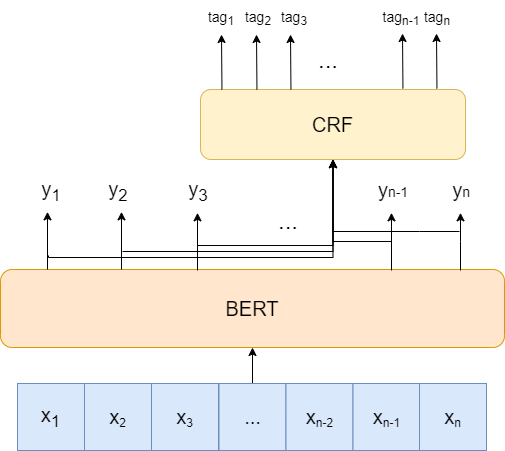
This is 多任务学习.png from AdamFocus/draw, a draw.io export, as it was before one commit. Source tidied: cells renumbered, new cells last; positions are measured from the earlier drawing's top-left corner, leaving out a move shared by most shapes. Source of this version:
```xml
<mxGraphModel>
  <root>
    <mxCell id="0" />
    <mxCell id="1" parent="0" />
    <mxCell id="2" value="BERT" style="rounded=1;whiteSpace=wrap;html=1;fontSize=20;fillColor=#ffe6cc;strokeColor=#d79b00;" parent="1" vertex="1">
      <mxGeometry y="269" width="504" height="78" as="geometry" />
    </mxCell>
    <mxCell id="3" value="&lt;span style=&quot;font-size: 20px&quot;&gt;x&lt;sub&gt;1&lt;/sub&gt;&lt;/span&gt;" style="rounded=0;whiteSpace=wrap;html=1;fillColor=#dae8fc;strokeColor=#6c8ebf;" parent="1" vertex="1">
      <mxGeometry x="17" y="383" width="67" height="67" as="geometry" />
    </mxCell>
    <mxCell id="4" value="&lt;pre style=&quot;line-height: normal ; border: none ; margin-top: 0px ; margin-bottom: 0px ; padding: 0px ; overflow: auto ; word-break: break-all ; overflow-wrap: break-word ; text-align: left&quot;&gt;&lt;pre style=&quot;line-height: normal ; border: none ; margin-top: 0px ; margin-bottom: 0px ; padding: 0px ; overflow: auto ; word-break: break-all ; overflow-wrap: break-word&quot;&gt;&lt;pre style=&quot;line-height: normal ; border: none ; margin-top: 0px ; margin-bottom: 0px ; padding: 0px ; overflow: auto ; word-break: break-all ; overflow-wrap: break-word&quot;&gt;&lt;span style=&quot;font-family: &amp;#34;helvetica&amp;#34; ; font-size: 20px ; text-align: center&quot;&gt;x&lt;/span&gt;&lt;sub style=&quot;font-family: &amp;#34;helvetica&amp;#34; ; text-align: center&quot;&gt;2&lt;/sub&gt;&lt;br&gt;&lt;/pre&gt;&lt;/pre&gt;&lt;/pre&gt;" style="rounded=0;whiteSpace=wrap;html=1;fillColor=#dae8fc;strokeColor=#6c8ebf;" parent="1" vertex="1">
      <mxGeometry x="84" y="383" width="67" height="67" as="geometry" />
    </mxCell>
    <mxCell id="5" value="&lt;pre style=&quot;line-height: normal ; border: none ; margin-top: 0px ; margin-bottom: 0px ; padding: 0px ; overflow: auto ; word-break: break-all ; overflow-wrap: break-word ; text-align: left&quot;&gt;&lt;pre style=&quot;line-height: normal ; border: none ; margin-top: 0px ; margin-bottom: 0px ; padding: 0px ; overflow: auto ; word-break: break-all ; overflow-wrap: break-word&quot;&gt;&lt;pre style=&quot;line-height: normal ; border: none ; margin-top: 0px ; margin-bottom: 0px ; padding: 0px ; overflow: auto ; word-break: break-all ; overflow-wrap: break-word&quot;&gt;&lt;span style=&quot;font-family: &amp;#34;helvetica&amp;#34; ; font-size: 20px ; text-align: center&quot;&gt;x&lt;/span&gt;&lt;sub style=&quot;font-family: &amp;#34;helvetica&amp;#34; ; text-align: center&quot;&gt;3&lt;/sub&gt;&lt;br&gt;&lt;/pre&gt;&lt;/pre&gt;&lt;/pre&gt;" style="rounded=0;whiteSpace=wrap;html=1;fillColor=#dae8fc;strokeColor=#6c8ebf;" parent="1" vertex="1">
      <mxGeometry x="151" y="383" width="67" height="67" as="geometry" />
    </mxCell>
    <mxCell id="6" style="edgeStyle=orthogonalEdgeStyle;rounded=0;jettySize=auto;html=1;exitX=0.5;exitY=0;exitDx=0;exitDy=0;entryX=0.5;entryY=1;entryDx=0;entryDy=0;fontSize=20;" parent="1" edge="1" source="7" target="2">
      <mxGeometry relative="1" as="geometry" />
    </mxCell>
    <mxCell id="7" value="&lt;pre style=&quot;line-height: normal ; border: none ; margin-top: 0px ; margin-bottom: 0px ; padding: 0px ; overflow: auto ; word-break: break-all ; overflow-wrap: break-word ; text-align: left&quot;&gt;&lt;pre style=&quot;line-height: normal ; border: none ; margin-top: 0px ; margin-bottom: 0px ; padding: 0px ; overflow: auto ; word-break: break-all ; overflow-wrap: break-word&quot;&gt;&lt;pre style=&quot;text-align: center ; line-height: normal ; border: none ; margin-top: 0px ; margin-bottom: 0px ; padding: 0px ; overflow: auto ; word-break: break-all ; overflow-wrap: break-word&quot;&gt;&lt;font face=&quot;helvetica&quot;&gt;&lt;span style=&quot;font-size: 20px&quot;&gt;...&lt;/span&gt;&lt;/font&gt;&lt;/pre&gt;&lt;/pre&gt;&lt;/pre&gt;" style="rounded=0;whiteSpace=wrap;html=1;fillColor=#dae8fc;strokeColor=#6c8ebf;" parent="1" vertex="1">
      <mxGeometry x="218.5" y="383" width="67" height="67" as="geometry" />
    </mxCell>
    <mxCell id="8" value="&lt;pre style=&quot;line-height: normal ; border: none ; margin-top: 0px ; margin-bottom: 0px ; padding: 0px ; overflow: auto ; word-break: break-all ; overflow-wrap: break-word ; text-align: left&quot;&gt;&lt;pre style=&quot;line-height: normal ; border: none ; margin-top: 0px ; margin-bottom: 0px ; padding: 0px ; overflow: auto ; word-break: break-all ; overflow-wrap: break-word&quot;&gt;&lt;pre style=&quot;line-height: normal ; border: none ; margin-top: 0px ; margin-bottom: 0px ; padding: 0px ; overflow: auto ; word-break: break-all ; overflow-wrap: break-word&quot;&gt;&lt;span style=&quot;font-family: &amp;#34;helvetica&amp;#34; ; font-size: 20px ; text-align: center&quot;&gt;x&lt;/span&gt;&lt;sub style=&quot;font-family: &amp;#34;helvetica&amp;#34; ; text-align: center&quot;&gt;n-2&lt;/sub&gt;&lt;br&gt;&lt;/pre&gt;&lt;/pre&gt;&lt;/pre&gt;" style="rounded=0;whiteSpace=wrap;html=1;fillColor=#dae8fc;strokeColor=#6c8ebf;" parent="1" vertex="1">
      <mxGeometry x="285.5" y="383" width="67" height="67" as="geometry" />
    </mxCell>
    <mxCell id="9" value="&lt;pre style=&quot;line-height: normal ; border: none ; margin-top: 0px ; margin-bottom: 0px ; padding: 0px ; overflow: auto ; word-break: break-all ; overflow-wrap: break-word ; text-align: left&quot;&gt;&lt;pre style=&quot;line-height: normal ; border: none ; margin-top: 0px ; margin-bottom: 0px ; padding: 0px ; overflow: auto ; word-break: break-all ; overflow-wrap: break-word&quot;&gt;&lt;pre style=&quot;line-height: normal ; border: none ; margin-top: 0px ; margin-bottom: 0px ; padding: 0px ; overflow: auto ; word-break: break-all ; overflow-wrap: break-word&quot;&gt;&lt;span style=&quot;font-family: &amp;#34;helvetica&amp;#34; ; font-size: 20px ; text-align: center&quot;&gt;x&lt;/span&gt;&lt;sub style=&quot;font-family: &amp;#34;helvetica&amp;#34; ; text-align: center&quot;&gt;n-1&lt;/sub&gt;&lt;br&gt;&lt;/pre&gt;&lt;/pre&gt;&lt;/pre&gt;" style="rounded=0;whiteSpace=wrap;html=1;fillColor=#dae8fc;strokeColor=#6c8ebf;" parent="1" vertex="1">
      <mxGeometry x="352.5" y="383" width="67" height="67" as="geometry" />
    </mxCell>
    <mxCell id="10" value="&lt;pre style=&quot;line-height: normal ; border: none ; margin-top: 0px ; margin-bottom: 0px ; padding: 0px ; overflow: auto ; word-break: break-all ; overflow-wrap: break-word ; text-align: left&quot;&gt;&lt;pre style=&quot;line-height: normal ; border: none ; margin-top: 0px ; margin-bottom: 0px ; padding: 0px ; overflow: auto ; word-break: break-all ; overflow-wrap: break-word&quot;&gt;&lt;pre style=&quot;line-height: normal ; border: none ; margin-top: 0px ; margin-bottom: 0px ; padding: 0px ; overflow: auto ; word-break: break-all ; overflow-wrap: break-word&quot;&gt;&lt;span style=&quot;font-family: &amp;#34;helvetica&amp;#34; ; font-size: 20px ; text-align: center&quot;&gt;x&lt;/span&gt;&lt;sub style=&quot;font-family: &amp;#34;helvetica&amp;#34; ; text-align: center&quot;&gt;n&lt;/sub&gt;&lt;br&gt;&lt;/pre&gt;&lt;/pre&gt;&lt;/pre&gt;" style="rounded=0;whiteSpace=wrap;html=1;fillColor=#dae8fc;strokeColor=#6c8ebf;" parent="1" vertex="1">
      <mxGeometry x="419" y="383" width="67" height="67" as="geometry" />
    </mxCell>
    <mxCell id="11" value="CRF" style="rounded=1;whiteSpace=wrap;html=1;fontSize=20;fillColor=#fff2cc;strokeColor=#d6b656;" parent="1" vertex="1">
      <mxGeometry x="200" y="89" width="265" height="70" as="geometry" />
    </mxCell>
    <mxCell id="12" style="edgeStyle=orthogonalEdgeStyle;rounded=0;orthogonalLoop=1;jettySize=auto;html=1;exitX=0.5;exitY=0;exitDx=0;exitDy=0;fontSize=20;" parent="1" edge="1">
      <mxGeometry relative="1" as="geometry">
        <mxPoint x="47" y="269" as="sourcePoint" />
        <mxPoint x="47" y="211.3" as="targetPoint" />
      </mxGeometry>
    </mxCell>
    <mxCell id="13" style="edgeStyle=orthogonalEdgeStyle;rounded=0;orthogonalLoop=1;jettySize=auto;html=1;exitX=0.5;exitY=0;exitDx=0;exitDy=0;fontSize=20;" parent="1" edge="1">
      <mxGeometry relative="1" as="geometry">
        <mxPoint x="121" y="269" as="sourcePoint" />
        <mxPoint x="121" y="211.3" as="targetPoint" />
      </mxGeometry>
    </mxCell>
    <mxCell id="14" style="edgeStyle=orthogonalEdgeStyle;rounded=0;orthogonalLoop=1;jettySize=auto;html=1;exitX=0.5;exitY=0;exitDx=0;exitDy=0;fontSize=20;" parent="1" edge="1">
      <mxGeometry relative="1" as="geometry">
        <mxPoint x="197" y="270" as="sourcePoint" />
        <mxPoint x="197" y="212.3" as="targetPoint" />
      </mxGeometry>
    </mxCell>
    <mxCell id="15" style="edgeStyle=orthogonalEdgeStyle;rounded=0;orthogonalLoop=1;jettySize=auto;html=1;exitX=0.5;exitY=0;exitDx=0;exitDy=0;fontSize=20;" parent="1" edge="1">
      <mxGeometry relative="1" as="geometry">
        <mxPoint x="391" y="270" as="sourcePoint" />
        <mxPoint x="391" y="212.3" as="targetPoint" />
      </mxGeometry>
    </mxCell>
    <mxCell id="16" style="edgeStyle=orthogonalEdgeStyle;rounded=0;orthogonalLoop=1;jettySize=auto;html=1;exitX=0.5;exitY=0;exitDx=0;exitDy=0;fontSize=20;" parent="1" edge="1">
      <mxGeometry relative="1" as="geometry">
        <mxPoint x="460" y="270" as="sourcePoint" />
        <mxPoint x="460" y="212.3" as="targetPoint" />
        <Array as="points">
          <mxPoint x="460" y="241" />
          <mxPoint x="460" y="241" />
        </Array>
      </mxGeometry>
    </mxCell>
    <mxCell id="17" value="&lt;font style=&quot;font-size: 24px&quot;&gt;...&lt;/font&gt;" style="text;html=1;strokeColor=none;fillColor=none;align=center;verticalAlign=middle;whiteSpace=wrap;rounded=0;fontSize=20;" parent="1" vertex="1">
      <mxGeometry x="258" y="206" width="60" height="30" as="geometry" />
    </mxCell>
    <mxCell id="18" style="endArrow=classic;html=1;rounded=0;fontSize=24;edgeStyle=orthogonalEdgeStyle;entryX=0.5;entryY=1;entryDx=0;entryDy=0;" parent="1" edge="1">
      <mxGeometry relative="1" as="geometry">
        <mxPoint x="48" y="255" as="sourcePoint" />
        <mxPoint x="332.5" y="159" as="targetPoint" />
        <Array as="points">
          <mxPoint x="48" y="257" />
          <mxPoint x="333" y="257" />
        </Array>
      </mxGeometry>
    </mxCell>
    <mxCell id="19" style="endArrow=classic;html=1;rounded=0;fontSize=24;edgeStyle=orthogonalEdgeStyle;entryX=0.5;entryY=1;entryDx=0;entryDy=0;" parent="1" edge="1" target="11">
      <mxGeometry relative="1" as="geometry">
        <mxPoint x="122" y="251" as="sourcePoint" />
      </mxGeometry>
    </mxCell>
    <mxCell id="20" style="endArrow=classic;html=1;rounded=0;fontSize=24;edgeStyle=orthogonalEdgeStyle;entryX=0.5;entryY=1;entryDx=0;entryDy=0;" parent="1" edge="1" target="11">
      <mxGeometry relative="1" as="geometry">
        <mxPoint x="197" y="243" as="sourcePoint" />
        <Array as="points">
          <mxPoint x="197" y="245" />
          <mxPoint x="333" y="245" />
        </Array>
      </mxGeometry>
    </mxCell>
    <mxCell id="21" style="endArrow=classic;html=1;rounded=0;fontSize=24;edgeStyle=orthogonalEdgeStyle;entryX=0.5;entryY=1;entryDx=0;entryDy=0;" parent="1" edge="1" target="11">
      <mxGeometry relative="1" as="geometry">
        <mxPoint x="391" y="228" as="sourcePoint" />
        <Array as="points">
          <mxPoint x="391" y="241" />
          <mxPoint x="333" y="241" />
        </Array>
      </mxGeometry>
    </mxCell>
    <mxCell id="22" style="endArrow=classic;html=1;rounded=0;fontSize=24;entryX=0.5;entryY=1;entryDx=0;entryDy=0;edgeStyle=orthogonalEdgeStyle;" parent="1" edge="1" target="11">
      <mxGeometry relative="1" as="geometry">
        <mxPoint x="459" y="231" as="sourcePoint" />
        <Array as="points">
          <mxPoint x="419" y="231" />
          <mxPoint x="333" y="231" />
        </Array>
      </mxGeometry>
    </mxCell>
    <mxCell id="23" value="&lt;font style=&quot;font-size: 20px&quot;&gt;y&lt;sub&gt;1&lt;/sub&gt;&lt;/font&gt;" style="text;html=1;strokeColor=none;fillColor=none;align=center;verticalAlign=middle;whiteSpace=wrap;rounded=0;fontSize=24;" parent="1" vertex="1">
      <mxGeometry x="20.5" y="174" width="60" height="30" as="geometry" />
    </mxCell>
    <mxCell id="24" value="&lt;font style=&quot;font-size: 20px&quot;&gt;y&lt;sub&gt;2&lt;/sub&gt;&lt;/font&gt;" style="text;html=1;strokeColor=none;fillColor=none;align=center;verticalAlign=middle;whiteSpace=wrap;rounded=0;fontSize=24;" parent="1" vertex="1">
      <mxGeometry x="87.5" y="174" width="60" height="30" as="geometry" />
    </mxCell>
    <mxCell id="25" value="&lt;font style=&quot;font-size: 20px&quot;&gt;y&lt;sub&gt;3&lt;/sub&gt;&lt;/font&gt;" style="text;html=1;strokeColor=none;fillColor=none;align=center;verticalAlign=middle;whiteSpace=wrap;rounded=0;fontSize=24;" parent="1" vertex="1">
      <mxGeometry x="168" y="174" width="60" height="30" as="geometry" />
    </mxCell>
    <mxCell id="26" value="&lt;font style=&quot;font-size: 20px&quot;&gt;y&lt;/font&gt;&lt;font style=&quot;font-size: 13.8889px&quot;&gt;n-1&lt;/font&gt;" style="text;html=1;strokeColor=none;fillColor=none;align=center;verticalAlign=middle;whiteSpace=wrap;rounded=0;fontSize=24;" parent="1" vertex="1">
      <mxGeometry x="363" y="174" width="60" height="30" as="geometry" />
    </mxCell>
    <mxCell id="27" value="&lt;font style=&quot;font-size: 20px&quot;&gt;y&lt;/font&gt;&lt;font style=&quot;font-size: 13.8889px&quot;&gt;n&lt;/font&gt;" style="text;html=1;strokeColor=none;fillColor=none;align=center;verticalAlign=middle;whiteSpace=wrap;rounded=0;fontSize=24;" parent="1" vertex="1">
      <mxGeometry x="431" y="174" width="60" height="30" as="geometry" />
    </mxCell>
    <mxCell id="28" style="endArrow=classic;html=1;rounded=0;fontSize=20;exitX=0.081;exitY=-0.014;exitDx=0;exitDy=0;exitPerimeter=0;" parent="1" edge="1">
      <mxGeometry relative="1" as="geometry">
        <mxPoint x="221.5" y="89" as="sourcePoint" />
        <mxPoint x="221" y="34" as="targetPoint" />
      </mxGeometry>
    </mxCell>
    <mxCell id="29" style="endArrow=classic;html=1;rounded=0;fontSize=20;exitX=0.081;exitY=-0.014;exitDx=0;exitDy=0;exitPerimeter=0;" parent="1" edge="1">
      <mxGeometry relative="1" as="geometry">
        <mxPoint x="256.5" y="89" as="sourcePoint" />
        <mxPoint x="256" y="34" as="targetPoint" />
      </mxGeometry>
    </mxCell>
    <mxCell id="30" style="endArrow=classic;html=1;rounded=0;fontSize=20;exitX=0.081;exitY=-0.014;exitDx=0;exitDy=0;exitPerimeter=0;" parent="1" edge="1">
      <mxGeometry relative="1" as="geometry">
        <mxPoint x="290.5" y="89" as="sourcePoint" />
        <mxPoint x="290" y="34" as="targetPoint" />
      </mxGeometry>
    </mxCell>
    <mxCell id="31" value="&lt;font style=&quot;font-size: 24px&quot;&gt;...&lt;/font&gt;" style="text;html=1;strokeColor=none;fillColor=none;align=center;verticalAlign=middle;whiteSpace=wrap;rounded=0;fontSize=20;" parent="1" vertex="1">
      <mxGeometry x="298" y="45" width="60" height="30" as="geometry" />
    </mxCell>
    <mxCell id="32" style="endArrow=classic;html=1;rounded=0;fontSize=20;exitX=0.081;exitY=-0.014;exitDx=0;exitDy=0;exitPerimeter=0;" parent="1" edge="1">
      <mxGeometry relative="1" as="geometry">
        <mxPoint x="402.5" y="88" as="sourcePoint" />
        <mxPoint x="402" y="33" as="targetPoint" />
      </mxGeometry>
    </mxCell>
    <mxCell id="33" style="endArrow=classic;html=1;rounded=0;fontSize=20;exitX=0.081;exitY=-0.014;exitDx=0;exitDy=0;exitPerimeter=0;" parent="1" edge="1">
      <mxGeometry relative="1" as="geometry">
        <mxPoint x="436.5" y="88" as="sourcePoint" />
        <mxPoint x="436" y="33" as="targetPoint" />
      </mxGeometry>
    </mxCell>
    <mxCell id="34" value="&lt;font style=&quot;font-size: 14px&quot;&gt;tag&lt;sub&gt;1&lt;/sub&gt;&lt;/font&gt;" style="text;html=1;strokeColor=none;fillColor=none;align=center;verticalAlign=middle;whiteSpace=wrap;rounded=0;fontSize=20;" parent="1" vertex="1">
      <mxGeometry x="191" width="60" height="30" as="geometry" />
    </mxCell>
    <mxCell id="35" value="&lt;font style=&quot;font-size: 14px&quot;&gt;tag&lt;sub&gt;2&lt;/sub&gt;&lt;/font&gt;" style="text;html=1;strokeColor=none;fillColor=none;align=center;verticalAlign=middle;whiteSpace=wrap;rounded=0;fontSize=20;" parent="1" vertex="1">
      <mxGeometry x="228" width="60" height="30" as="geometry" />
    </mxCell>
    <mxCell id="36" value="&lt;font style=&quot;font-size: 14px&quot;&gt;tag&lt;sub&gt;3&lt;/sub&gt;&lt;/font&gt;" style="text;html=1;strokeColor=none;fillColor=none;align=center;verticalAlign=middle;whiteSpace=wrap;rounded=0;fontSize=20;" parent="1" vertex="1">
      <mxGeometry x="264" width="60" height="30" as="geometry" />
    </mxCell>
    <mxCell id="37" value="&lt;font style=&quot;font-size: 14px&quot;&gt;tag&lt;sub&gt;n-1&lt;/sub&gt;&lt;/font&gt;" style="text;html=1;strokeColor=none;fillColor=none;align=center;verticalAlign=middle;whiteSpace=wrap;rounded=0;fontSize=20;" parent="1" vertex="1">
      <mxGeometry x="371" width="60" height="30" as="geometry" />
    </mxCell>
    <mxCell id="38" value="&lt;font style=&quot;font-size: 14px&quot;&gt;tag&lt;sub&gt;n&lt;/sub&gt;&lt;/font&gt;" style="text;html=1;strokeColor=none;fillColor=none;align=center;verticalAlign=middle;whiteSpace=wrap;rounded=0;fontSize=20;" parent="1" vertex="1">
      <mxGeometry x="407" width="60" height="30" as="geometry" />
    </mxCell>
  </root>
</mxGraphModel>
```
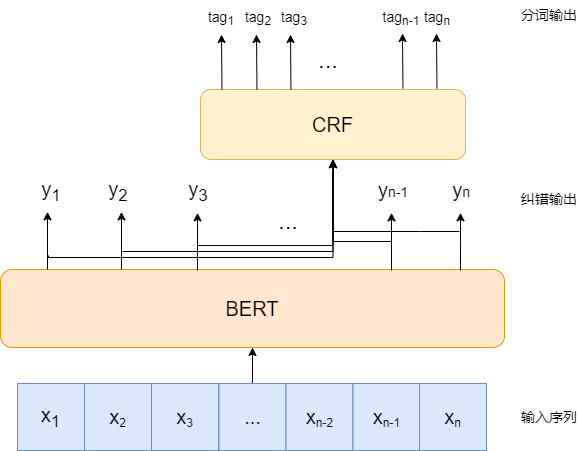
The same file after the commit.

Commit message:
Update 多任务学习.png

Change to the diagram source:
```diff
@@ -174,5 +174,14 @@
     <mxCell id="38" value="&lt;font style=&quot;font-size: 14px&quot;&gt;tag&lt;sub&gt;n&lt;/sub&gt;&lt;/font&gt;" style="text;html=1;strokeColor=none;fillColor=none;align=center;verticalAlign=middle;whiteSpace=wrap;rounded=0;fontSize=20;" parent="1" vertex="1">
       <mxGeometry x="407" width="60" height="30" as="geometry" />
     </mxCell>
+    <mxCell id="39" value="输入序列" style="text;html=1;strokeColor=none;fillColor=none;align=center;verticalAlign=middle;whiteSpace=wrap;rounded=0;fontSize=14;" parent="1" vertex="1">
+      <mxGeometry x="519" y="401.5" width="60" height="30" as="geometry" />
+    </mxCell>
+    <mxCell id="40" value="纠错输出" style="text;html=1;strokeColor=none;fillColor=none;align=center;verticalAlign=middle;whiteSpace=wrap;rounded=0;fontSize=14;" parent="1" vertex="1">
+      <mxGeometry x="519" y="184" width="60" height="30" as="geometry" />
+    </mxCell>
+    <mxCell id="41" value="分词输出" style="text;html=1;strokeColor=none;fillColor=none;align=center;verticalAlign=middle;whiteSpace=wrap;rounded=0;fontSize=14;" parent="1" vertex="1">
+      <mxGeometry x="519" width="60" height="30" as="geometry" />
+    </mxCell>
   </root>
 </mxGraphModel>
```
